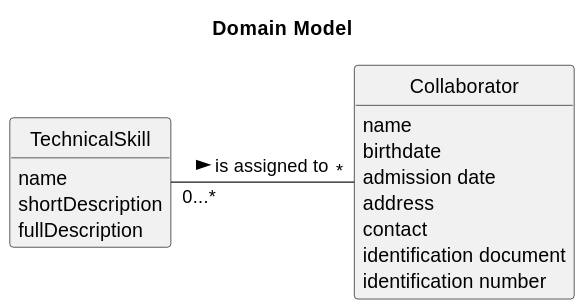
Before: docs/sprintC/us023/02.analysis/svg/us004-domain-model.svg, a diagram exported from PlantUML (RicardoMorim/lapr2-ISEP-Project). Source of this version:
```plantuml
@startuml

title Domain Model

hide methods
hide circle



class Collaborator {
    name
    birthdate
    admission date
    address
    contact
    identification document
    identification number
}

class TechnicalSkill {
        name
        shortDescription
        fullDescription
}

TechnicalSkill "0...*" - "*" Collaborator : is assigned to >
@enduml
```
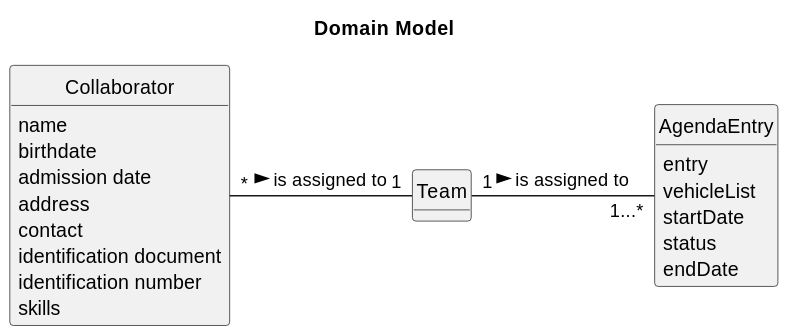
Above is the later version.

Diff of the diagram source:
```diff
@@ -15,13 +15,21 @@
     contact
     identification document
     identification number
+    skills
 }
 
-class TechnicalSkill {
-        name
-        shortDescription
-        fullDescription
+class Team {
+
 }
 
-TechnicalSkill "0...*" - "*" Collaborator : is assigned to >
+class AgendaEntry{
+    entry
+    vehicleList
+    startDate
+    status
+    endDate
+}
+
+Collaborator "*" - "1" Team  : is assigned to >
+Team "1" - "1...*" AgendaEntry : is assigned to >
 @enduml
```
